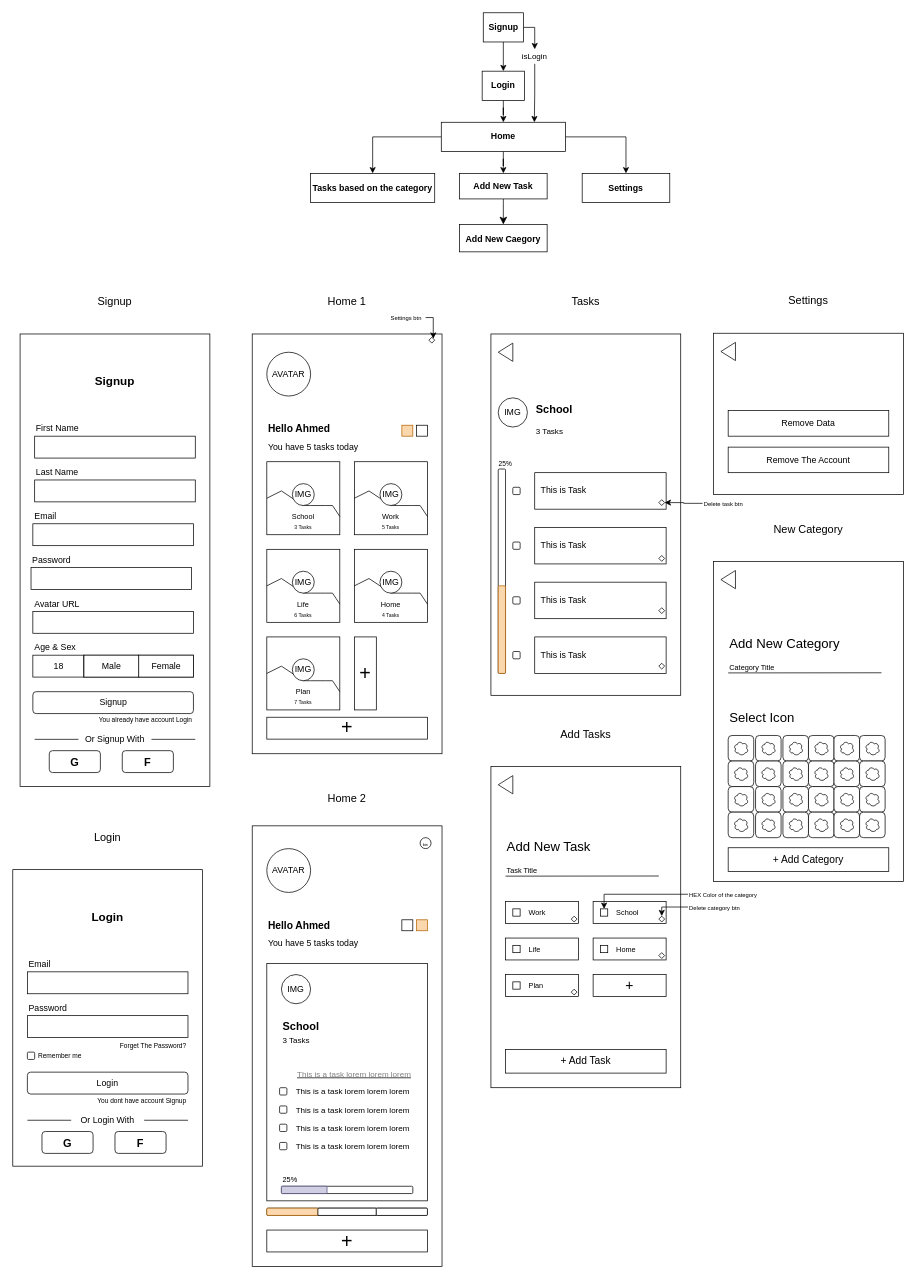
The draw.io diagram design.drawio in AhmedNasser1010/react-todo-app, before the edit. Source tidied: cells renumbered, new cells numbered last; positions are measured from the earlier drawing's top-left corner, leaving out a move shared by most shapes. Both pictures are drawn from the tidied source at 73%, with x=0, y=0 at pixel (12, 12).
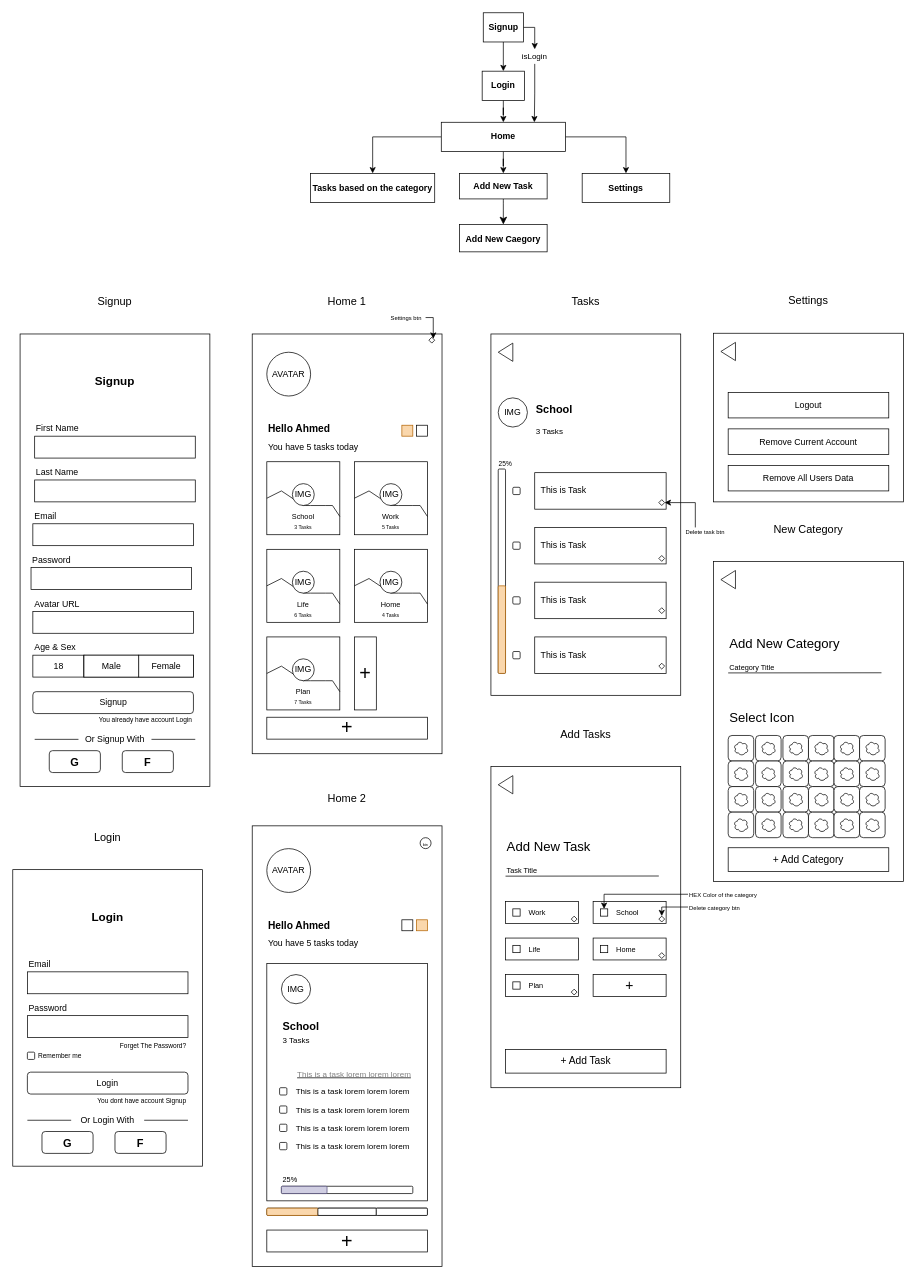
Above is the later version.

Unchanged cells that the change refers to:
```xml
<mxCell id="233" style="rhombus;whiteSpace=wrap;html=1;" parent="1" vertex="1">
  <mxGeometry x="885" y="667" width="8" height="8" as="geometry" />
</mxCell>
```

Diff of the diagram source:
```diff
@@
     <mxCell id="153" style="rounded=0;whiteSpace=wrap;html=1;" parent="1" vertex="1">
-      <mxGeometry x="960" y="439" width="260" height="221" as="geometry" />
+      <mxGeometry x="960" y="439" width="260" height="231" as="geometry" />
     </mxCell>
@@
-    <mxCell id="155" value="Remove Data" style="rounded=0;whiteSpace=wrap;html=1;" parent="1" vertex="1">
-      <mxGeometry x="980" y="545" width="220" height="35" as="geometry" />
+    <mxCell id="155" value="Remove All Users Data" style="rounded=0;whiteSpace=wrap;html=1;" parent="1" vertex="1">
+      <mxGeometry x="980" y="620" width="220" height="35" as="geometry" />
     </mxCell>
-    <mxCell id="156" value="Remove The Account" style="rounded=0;whiteSpace=wrap;html=1;" parent="1" vertex="1">
-      <mxGeometry x="980" y="595" width="220" height="35" as="geometry" />
+    <mxCell id="156" value="Remove Current Account" style="rounded=0;whiteSpace=wrap;html=1;" parent="1" vertex="1">
+      <mxGeometry x="980" y="570" width="220" height="35" as="geometry" />
     </mxCell>
@@
-    <mxCell id="237" style="edgeStyle=orthogonalEdgeStyle;rounded=0;jettySize=auto;html=1;exitX=0;exitY=0.5;exitDx=0;exitDy=0;entryX=1;entryY=0.5;entryDx=0;entryDy=0;" parent="1" edge="1" source="238" target="233">
+    <mxCell id="237" style="edgeStyle=orthogonalEdgeStyle;rounded=0;jettySize=auto;html=1;exitX=0.25;exitY=0;exitDx=0;exitDy=0;entryX=1;entryY=0.5;entryDx=0;entryDy=0;" parent="1" edge="1" source="238" target="233">
       <mxGeometry relative="1" as="geometry" />
     </mxCell>
     <mxCell id="238" value="&lt;font style=&quot;font-size: 8px;&quot;&gt;Delete task btn&lt;/font&gt;" style="text;html=1;strokeColor=none;fillColor=none;align=left;verticalAlign=middle;whiteSpace=wrap;rounded=0;" parent="1" vertex="1">
-      <mxGeometry x="945" y="667" width="60" height="10" as="geometry" />
+      <mxGeometry x="920" y="705" width="60" height="10" as="geometry" />
     </mxCell>
@@
+    <mxCell id="241" value="Logout" style="rounded=0;whiteSpace=wrap;html=1;" parent="1" vertex="1">
+      <mxGeometry x="980" y="520" width="220" height="35" as="geometry" />
+    </mxCell>
```
